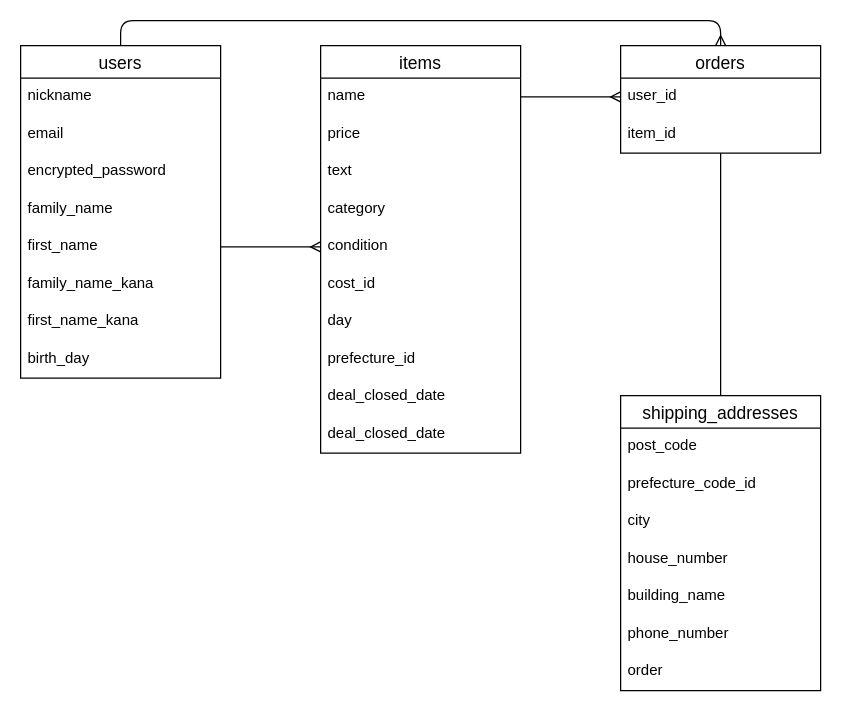
Above: furima.dio in yamaguchi-yukako/furima-30958 (draw.io), before the change. Source tidied: cells renumbered, new cells numbered last; positions are measured from the earlier drawing's top-left corner, leaving out a move shared by most shapes. Both pictures are drawn from the tidied source at 125%, with x=0, y=0 at pixel (20, 45).
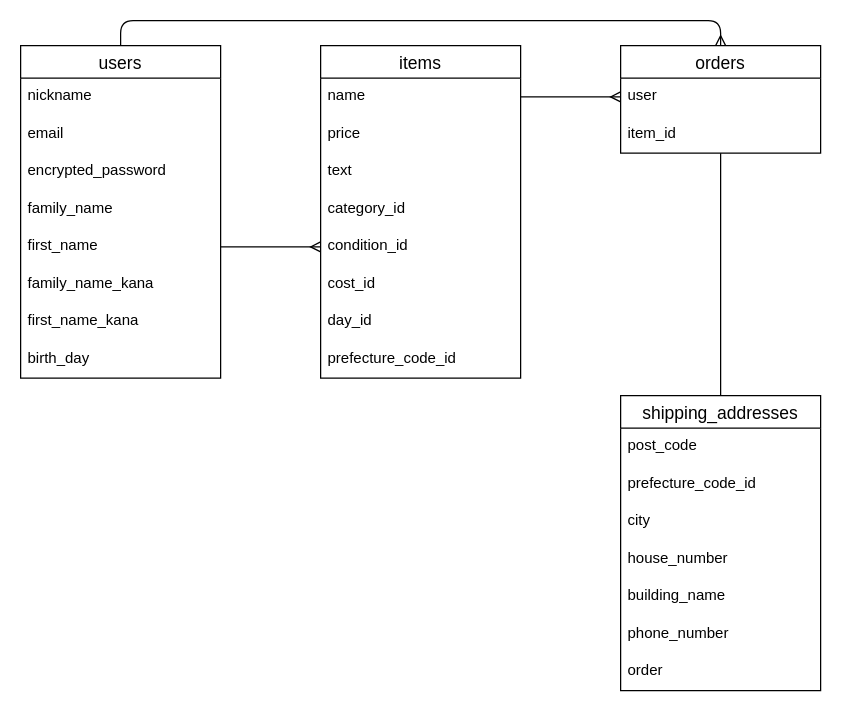
After the change.

Commit message (it also covers changes not shown here):
コードレビュー４回目

Unchanged cells that the change refers to:
```xml
<mxCell id="32" value="orders" style="swimlane;fontStyle=0;horizontal=1;startSize=26;align=center;fontSize=14;" parent="1" vertex="1">
  <mxGeometry x="480" width="160" height="86" as="geometry" />
</mxCell>
```

Diff of the diagram source:
```diff
@@
     <mxCell id="12" value="items" style="swimlane;fontStyle=0;horizontal=1;startSize=26;align=center;fontSize=14;" parent="1" vertex="1">
-      <mxGeometry x="240" width="160" height="326" as="geometry" />
+      <mxGeometry x="240" width="160" height="266" as="geometry" />
     </mxCell>
@@
-    <mxCell id="16" value="category" style="text;strokeColor=none;fillColor=none;spacingLeft=4;spacingRight=4;overflow=hidden;fontSize=12;" parent="12" vertex="1">
+    <mxCell id="16" value="category_id" style="text;strokeColor=none;fillColor=none;spacingLeft=4;spacingRight=4;overflow=hidden;fontSize=12;" parent="12" vertex="1">
       <mxGeometry y="116" width="160" height="30" as="geometry" />
     </mxCell>
-    <mxCell id="17" value="condition" style="text;strokeColor=none;fillColor=none;spacingLeft=4;spacingRight=4;overflow=hidden;points=[[0,0.5],[1,0.5]];portConstraint=eastwest;fontSize=12;" parent="12" vertex="1">
+    <mxCell id="17" value="condition_id" style="text;strokeColor=none;fillColor=none;spacingLeft=4;spacingRight=4;overflow=hidden;points=[[0,0.5],[1,0.5]];portConstraint=eastwest;fontSize=12;" parent="12" vertex="1">
       <mxGeometry y="146" width="160" height="30" as="geometry" />
     </mxCell>
@@
-    <mxCell id="19" value="day" style="text;strokeColor=none;fillColor=none;spacingLeft=4;spacingRight=4;overflow=hidden;fontSize=12;" parent="12" vertex="1">
+    <mxCell id="19" value="day_id" style="text;strokeColor=none;fillColor=none;spacingLeft=4;spacingRight=4;overflow=hidden;fontSize=12;" parent="12" vertex="1">
       <mxGeometry y="206" width="160" height="30" as="geometry" />
     </mxCell>
-    <mxCell id="20" value="prefecture_id" style="text;strokeColor=none;fillColor=none;spacingLeft=4;spacingRight=4;overflow=hidden;fontSize=12;" parent="12" vertex="1">
+    <mxCell id="20" value="prefecture_code_id" style="text;strokeColor=none;fillColor=none;spacingLeft=4;spacingRight=4;overflow=hidden;fontSize=12;" parent="12" vertex="1">
       <mxGeometry y="236" width="160" height="30" as="geometry" />
     </mxCell>
-    <mxCell id="21" value="deal_closed_date" style="text;strokeColor=none;fillColor=none;spacingLeft=4;spacingRight=4;overflow=hidden;fontSize=12;" parent="12" vertex="1">
-      <mxGeometry y="266" width="160" height="30" as="geometry" />
-    </mxCell>
-    <mxCell id="22" value="deal_closed_date" style="text;strokeColor=none;fillColor=none;spacingLeft=4;spacingRight=4;overflow=hidden;fontSize=12;" parent="12" vertex="1">
-      <mxGeometry y="296" width="160" height="30" as="geometry" />
-    </mxCell>
@@
-    <mxCell id="33" value="user_id" style="text;strokeColor=none;fillColor=none;spacingLeft=4;spacingRight=4;overflow=hidden;points=[[0,0.5],[1,0.5]];portConstraint=eastwest;fontSize=12;" parent="32" vertex="1">
+    <mxCell id="33" value="user" style="text;strokeColor=none;fillColor=none;spacingLeft=4;spacingRight=4;overflow=hidden;points=[[0,0.5],[1,0.5]];portConstraint=eastwest;fontSize=12;" parent="32" vertex="1">
       <mxGeometry y="26" width="160" height="30" as="geometry" />
     </mxCell>
```
